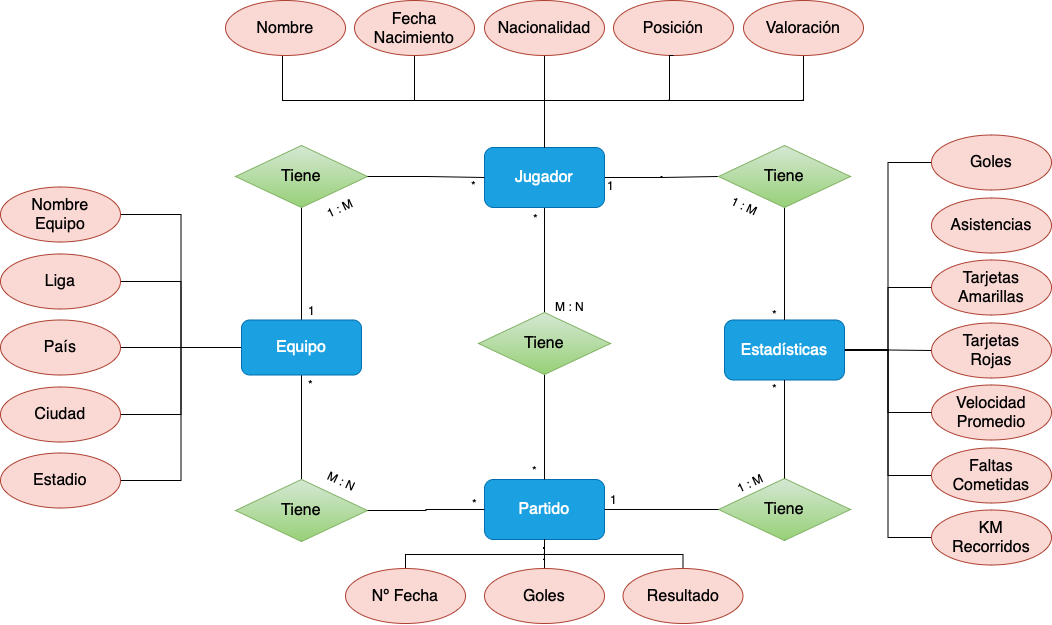
Before: Diagrama ER.drawio.png, a diagram exported from draw.io (Flecha16/P2). Source tidied: cells renumbered, new cells last; positions are measured from the earlier drawing's top-left corner, leaving out a move shared by most shapes.
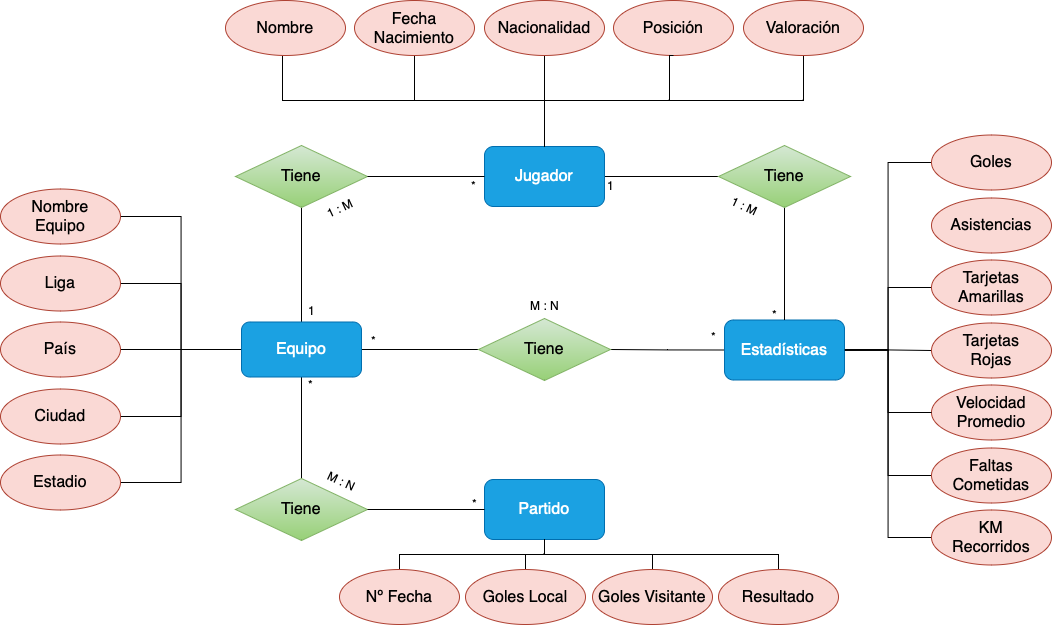
Later version of the same file.

Change to the diagram source:
```diff
@@ -5,11 +5,11 @@
     <mxCell id="2" style="edgeStyle=orthogonalEdgeStyle;rounded=0;jettySize=auto;html=1;exitX=1;exitY=0.5;exitDx=0;exitDy=0;entryX=0;entryY=0.5;entryDx=0;entryDy=0;endArrow=none;endFill=0;" parent="1" edge="1" source="4" target="49">
       <mxGeometry relative="1" as="geometry" />
     </mxCell>
-    <mxCell id="3" style="edgeStyle=orthogonalEdgeStyle;rounded=0;jettySize=auto;html=1;exitX=0.5;exitY=1;exitDx=0;exitDy=0;entryX=0.5;entryY=0;entryDx=0;entryDy=0;endArrow=none;endFill=0;" parent="1" edge="1" source="4" target="64">
+    <mxCell id="3" style="edgeStyle=orthogonalEdgeStyle;rounded=0;jettySize=auto;html=1;exitX=0;exitY=0.5;exitDx=0;exitDy=0;entryX=1;entryY=0.5;entryDx=0;entryDy=0;endArrow=none;endFill=0;" parent="1" edge="1" source="18" target="64">
       <mxGeometry relative="1" as="geometry" />
     </mxCell>
     <mxCell id="4" value="Jugador" style="rounded=1;whiteSpace=wrap;html=1;fontSize=16;fillColor=#1ba1e2;strokeColor=#006EAF;fontColor=#ffffff;" parent="1" vertex="1">
-      <mxGeometry x="484" y="147" width="120" height="60" as="geometry" />
+      <mxGeometry x="484" y="146" width="120" height="60" as="geometry" />
     </mxCell>
     <mxCell id="5" style="edgeStyle=orthogonalEdgeStyle;rounded=0;jettySize=auto;html=1;endArrow=none;endFill=0;entryX=0.5;entryY=0;entryDx=0;entryDy=0;exitX=0.5;exitY=0;exitDx=0;exitDy=0;" parent="1" edge="1" source="6" target="4">
       <mxGeometry relative="1" as="geometry">
@@ -111,17 +111,20 @@
     <mxCell id="30" style="edgeStyle=orthogonalEdgeStyle;rounded=0;jettySize=auto;html=1;entryX=1;entryY=0.5;entryDx=0;entryDy=0;endArrow=none;endFill=0;" parent="1" edge="1" source="31" target="72">
       <mxGeometry relative="1" as="geometry" />
     </mxCell>
+    <mxCell id="75" style="edgeStyle=orthogonalEdgeStyle;rounded=0;jettySize=auto;html=1;entryX=0;entryY=0.5;entryDx=0;entryDy=0;endArrow=none;endFill=0;" parent="1" edge="1" source="31" target="64">
+      <mxGeometry relative="1" as="geometry" />
+    </mxCell>
     <mxCell id="31" value="Equipo" style="rounded=1;whiteSpace=wrap;html=1;fontSize=16;fillColor=#1ba1e2;strokeColor=#006EAF;fontColor=#ffffff;" parent="1" vertex="1">
-      <mxGeometry x="241" y="319.5" width="120" height="55" as="geometry" />
+      <mxGeometry x="241" y="321.5" width="120" height="55" as="geometry" />
     </mxCell>
     <mxCell id="32" value="Nombre&lt;br&gt;Equipo" style="ellipse;whiteSpace=wrap;html=1;fontSize=16;fillColor=#fad9d5;strokeColor=#ae4132;fontColor=#000000;" parent="1" vertex="1">
-      <mxGeometry y="186.5" width="120" height="55" as="geometry" />
+      <mxGeometry y="188.5" width="120" height="55" as="geometry" />
     </mxCell>
     <mxCell id="33" value="País" style="ellipse;whiteSpace=wrap;html=1;fontSize=16;fillColor=#fad9d5;strokeColor=#ae4132;fontColor=#000000;" parent="1" vertex="1">
-      <mxGeometry y="319.5" width="120" height="55" as="geometry" />
+      <mxGeometry y="321.5" width="120" height="55" as="geometry" />
     </mxCell>
     <mxCell id="34" value="Liga" style="ellipse;whiteSpace=wrap;html=1;fontSize=16;fillColor=#fad9d5;strokeColor=#ae4132;fontColor=#000000;" parent="1" vertex="1">
-      <mxGeometry y="253.5" width="120" height="55" as="geometry" />
+      <mxGeometry y="255.5" width="120" height="55" as="geometry" />
     </mxCell>
     <mxCell id="35" value="Partido" style="rounded=1;whiteSpace=wrap;html=1;fontSize=16;fillColor=#1ba1e2;strokeColor=#006EAF;fontColor=#ffffff;" parent="1" vertex="1">
       <mxGeometry x="484" y="479" width="120" height="60" as="geometry" />
@@ -129,30 +132,35 @@
     <mxCell id="36" style="edgeStyle=orthogonalEdgeStyle;rounded=0;jettySize=auto;html=1;entryX=0.5;entryY=1;entryDx=0;entryDy=0;exitX=0.5;exitY=0;exitDx=0;exitDy=0;endArrow=none;endFill=0;" parent="1" edge="1" source="37" target="35">
       <mxGeometry relative="1" as="geometry">
         <Array as="points">
-          <mxPoint x="405" y="554" />
+          <mxPoint x="399" y="554" />
           <mxPoint x="544" y="554" />
         </Array>
       </mxGeometry>
     </mxCell>
     <mxCell id="37" value="Nº Fecha" style="ellipse;whiteSpace=wrap;html=1;fontSize=16;fillColor=#fad9d5;strokeColor=#ae4132;fontColor=#000000;" parent="1" vertex="1">
-      <mxGeometry x="345" y="568" width="120" height="55" as="geometry" />
+      <mxGeometry x="339" y="569" width="120" height="55" as="geometry" />
     </mxCell>
     <mxCell id="38" style="edgeStyle=orthogonalEdgeStyle;rounded=0;jettySize=auto;html=1;entryX=0.5;entryY=1;entryDx=0;entryDy=0;exitX=0.5;exitY=0;exitDx=0;exitDy=0;endArrow=none;endFill=0;" parent="1" edge="1" source="39" target="35">
       <mxGeometry relative="1" as="geometry">
         <Array as="points">
-          <mxPoint x="683" y="554" />
+          <mxPoint x="778" y="554" />
           <mxPoint x="544" y="554" />
         </Array>
       </mxGeometry>
     </mxCell>
     <mxCell id="39" value="Resultado" style="ellipse;whiteSpace=wrap;html=1;fontSize=16;fillColor=#fad9d5;strokeColor=#ae4132;fontColor=#000000;" parent="1" vertex="1">
-      <mxGeometry x="622.5" y="568" width="120" height="55" as="geometry" />
+      <mxGeometry x="718" y="569" width="120" height="55" as="geometry" />
     </mxCell>
-    <mxCell id="40" style="edgeStyle=orthogonalEdgeStyle;rounded=0;jettySize=auto;html=1;entryX=0.5;entryY=1;entryDx=0;entryDy=0;endArrow=none;endFill=0;" parent="1" edge="1" source="41" target="35">
-      <mxGeometry relative="1" as="geometry" />
+    <mxCell id="40" style="edgeStyle=orthogonalEdgeStyle;rounded=0;jettySize=auto;html=1;entryX=0.5;entryY=1;entryDx=0;entryDy=0;endArrow=none;endFill=0;exitX=0.5;exitY=0;exitDx=0;exitDy=0;" parent="1" edge="1" source="41" target="35">
+      <mxGeometry relative="1" as="geometry">
+        <Array as="points">
+          <mxPoint x="525" y="554" />
+          <mxPoint x="544" y="554" />
+        </Array>
+      </mxGeometry>
     </mxCell>
-    <mxCell id="41" value="Goles" style="ellipse;whiteSpace=wrap;html=1;fontSize=16;fillColor=#fad9d5;strokeColor=#ae4132;fontColor=#000000;" parent="1" vertex="1">
-      <mxGeometry x="484" y="568" width="120" height="55" as="geometry" />
+    <mxCell id="41" value="Goles Local" style="ellipse;whiteSpace=wrap;html=1;fontSize=16;fillColor=#fad9d5;strokeColor=#ae4132;fontColor=#000000;" parent="1" vertex="1">
+      <mxGeometry x="465" y="569" width="120" height="55" as="geometry" />
     </mxCell>
     <mxCell id="42" value="Tiene" style="rhombus;whiteSpace=wrap;html=1;fillColor=#d5e8d4;gradientColor=#97d077;strokeColor=#82b366;fontSize=16;fontColor=#000000;" parent="1" vertex="1">
       <mxGeometry x="235" y="145" width="132" height="62" as="geometry" />
@@ -170,7 +178,7 @@
       <mxGeometry x="316" y="195" width="45" height="26" as="geometry" />
     </mxCell>
     <mxCell id="47" value="Tiene" style="rhombus;whiteSpace=wrap;html=1;fillColor=#d5e8d4;gradientColor=#97d077;strokeColor=#82b366;fontSize=16;fontColor=#000000;" parent="1" vertex="1">
-      <mxGeometry x="235" y="479" width="132" height="62" as="geometry" />
+      <mxGeometry x="235" y="478" width="132" height="62" as="geometry" />
     </mxCell>
     <mxCell id="48" style="edgeStyle=orthogonalEdgeStyle;rounded=0;jettySize=auto;html=1;exitX=0.5;exitY=1;exitDx=0;exitDy=0;entryX=0.5;entryY=0;entryDx=0;entryDy=0;endArrow=none;endFill=0;" parent="1" edge="1" source="49" target="18">
       <mxGeometry relative="1" as="geometry" />
@@ -193,44 +201,23 @@
     <mxCell id="54" value="M : N" style="text;html=1;align=center;verticalAlign=middle;strokeColor=none;fillColor=none;rotation=25;" parent="1" vertex="1">
       <mxGeometry x="317" y="467" width="47" height="26" as="geometry" />
     </mxCell>
-    <mxCell id="55" value="Tiene" style="rhombus;whiteSpace=wrap;html=1;fillColor=#d5e8d4;gradientColor=#97d077;strokeColor=#82b366;fontSize=16;fontColor=#000000;" parent="1" vertex="1">
-      <mxGeometry x="718" y="478" width="132" height="62" as="geometry" />
-    </mxCell>
     <mxCell id="56" value="1 : M" style="text;html=1;align=center;verticalAlign=middle;strokeColor=none;fillColor=none;rotation=25;" parent="1" vertex="1">
       <mxGeometry x="721" y="192" width="45" height="26" as="geometry" />
     </mxCell>
-    <mxCell id="57" style="edgeStyle=orthogonalEdgeStyle;rounded=0;jettySize=auto;html=1;entryX=1;entryY=0.5;entryDx=0;entryDy=0;endArrow=none;endFill=0;exitX=0;exitY=0.5;exitDx=0;exitDy=0;" parent="1" edge="1" source="55" target="35">
-      <mxGeometry relative="1" as="geometry" />
-    </mxCell>
-    <mxCell id="58" style="edgeStyle=orthogonalEdgeStyle;rounded=0;jettySize=auto;html=1;entryX=0.5;entryY=0;entryDx=0;entryDy=0;endArrow=none;endFill=0;exitX=0.5;exitY=1;exitDx=0;exitDy=0;" parent="1" edge="1" source="18" target="55">
-      <mxGeometry relative="1" as="geometry" />
-    </mxCell>
     <mxCell id="59" value="*" style="text;html=1;align=center;verticalAlign=middle;strokeColor=none;fillColor=none;" parent="1" vertex="1">
       <mxGeometry x="298" y="371" width="23" height="26" as="geometry" />
     </mxCell>
-    <mxCell id="60" value="1 : M" style="text;html=1;align=center;verticalAlign=middle;strokeColor=none;fillColor=none;rotation=335;" parent="1" vertex="1">
-      <mxGeometry x="726" y="469.5" width="45" height="26" as="geometry" />
-    </mxCell>
-    <mxCell id="61" value="1" style="text;html=1;align=center;verticalAlign=middle;strokeColor=none;fillColor=none;" parent="1" vertex="1">
-      <mxGeometry x="600" y="486" width="25" height="26" as="geometry" />
-    </mxCell>
-    <mxCell id="62" value="*" style="text;html=1;align=center;verticalAlign=middle;strokeColor=none;fillColor=none;" parent="1" vertex="1">
-      <mxGeometry x="762" y="374.5" width="23" height="26" as="geometry" />
-    </mxCell>
-    <mxCell id="63" style="edgeStyle=orthogonalEdgeStyle;rounded=0;jettySize=auto;html=1;exitX=0.5;exitY=1;exitDx=0;exitDy=0;entryX=0.5;entryY=0;entryDx=0;entryDy=0;endArrow=none;endFill=0;" parent="1" edge="1" source="64" target="35">
-      <mxGeometry relative="1" as="geometry" />
-    </mxCell>
     <mxCell id="64" value="Tiene" style="rhombus;whiteSpace=wrap;html=1;fillColor=#d5e8d4;gradientColor=#97d077;strokeColor=#82b366;fontSize=16;fontColor=#000000;" parent="1" vertex="1">
-      <mxGeometry x="478" y="312" width="132" height="62" as="geometry" />
+      <mxGeometry x="478" y="318" width="132" height="62" as="geometry" />
     </mxCell>
     <mxCell id="65" value="*" style="text;html=1;align=center;verticalAlign=middle;strokeColor=none;fillColor=none;" parent="1" vertex="1">
-      <mxGeometry x="523" y="205" width="23" height="26" as="geometry" />
+      <mxGeometry x="701" y="323" width="23" height="26" as="geometry" />
     </mxCell>
     <mxCell id="66" value="*" style="text;html=1;align=center;verticalAlign=middle;strokeColor=none;fillColor=none;" parent="1" vertex="1">
-      <mxGeometry x="522" y="457" width="23" height="26" as="geometry" />
+      <mxGeometry x="361" y="327" width="23" height="26" as="geometry" />
     </mxCell>
     <mxCell id="67" value="M : N" style="text;html=1;align=center;verticalAlign=middle;strokeColor=none;fillColor=none;rotation=0;" parent="1" vertex="1">
-      <mxGeometry x="545" y="293.5" width="47" height="26" as="geometry" />
+      <mxGeometry x="520.5" y="292" width="47" height="26" as="geometry" />
     </mxCell>
     <mxCell id="68" value="Faltas Cometidas" style="ellipse;whiteSpace=wrap;html=1;fontSize=16;fillColor=#fad9d5;strokeColor=#ae4132;fontColor=#000000;" parent="1" vertex="1">
       <mxGeometry x="931" y="447.5" width="120" height="55" as="geometry" />
@@ -242,10 +229,10 @@
       <mxGeometry relative="1" as="geometry" />
     </mxCell>
     <mxCell id="71" value="Ciudad" style="ellipse;whiteSpace=wrap;html=1;fontSize=16;fillColor=#fad9d5;strokeColor=#ae4132;fontColor=#000000;" parent="1" vertex="1">
-      <mxGeometry y="386.5" width="120" height="55" as="geometry" />
+      <mxGeometry y="388.5" width="120" height="55" as="geometry" />
     </mxCell>
     <mxCell id="72" value="Estadio" style="ellipse;whiteSpace=wrap;html=1;fontSize=16;fillColor=#fad9d5;strokeColor=#ae4132;fontColor=#000000;" parent="1" vertex="1">
-      <mxGeometry y="452.5" width="120" height="55" as="geometry" />
+      <mxGeometry y="454.5" width="120" height="55" as="geometry" />
     </mxCell>
     <mxCell id="73" style="edgeStyle=orthogonalEdgeStyle;rounded=0;jettySize=auto;html=1;entryX=0.5;entryY=0;entryDx=0;entryDy=0;endArrow=none;endFill=0;" parent="1" edge="1" source="74" target="4">
       <mxGeometry relative="1" as="geometry">
@@ -258,5 +245,16 @@
     <mxCell id="74" value="Valoración" style="ellipse;whiteSpace=wrap;html=1;fontSize=16;fillColor=#fad9d5;strokeColor=#ae4132;fontColor=#000000;direction=west;flipV=0;flipH=1;" parent="1" vertex="1">
       <mxGeometry x="743" width="120" height="55" as="geometry" />
     </mxCell>
+    <mxCell id="76" style="edgeStyle=orthogonalEdgeStyle;rounded=0;jettySize=auto;html=1;entryX=0.5;entryY=1;entryDx=0;entryDy=0;endArrow=none;endFill=0;exitX=0.5;exitY=0;exitDx=0;exitDy=0;" parent="1" edge="1" source="77" target="35">
+      <mxGeometry relative="1" as="geometry">
+        <Array as="points">
+          <mxPoint x="652" y="554" />
+          <mxPoint x="544" y="554" />
+        </Array>
+      </mxGeometry>
+    </mxCell>
+    <mxCell id="77" value="Goles Visitante" style="ellipse;whiteSpace=wrap;html=1;fontSize=16;fillColor=#fad9d5;strokeColor=#ae4132;fontColor=#000000;" parent="1" vertex="1">
+      <mxGeometry x="592" y="569" width="120" height="55" as="geometry" />
+    </mxCell>
   </root>
 </mxGraphModel>
```
